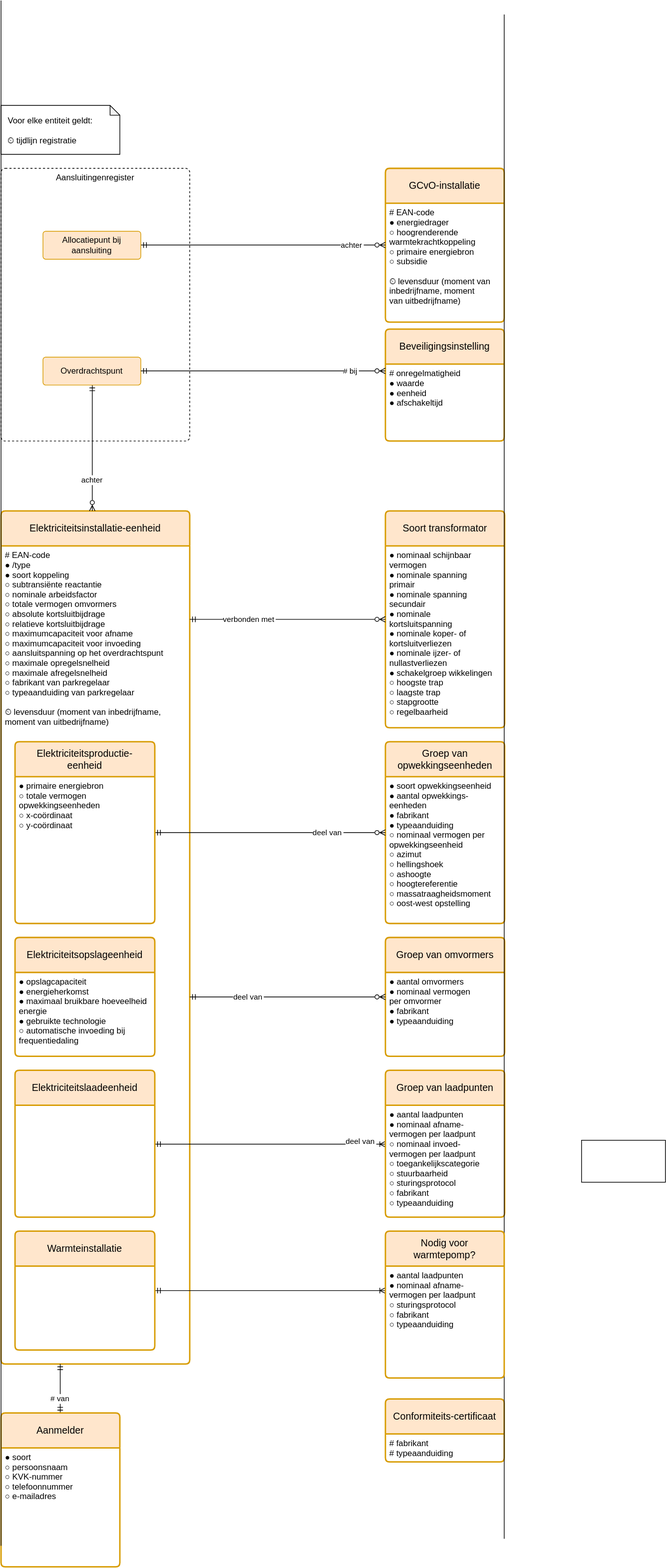
The draw.io diagram registers/installatieregister/1.1/installatieregister.drawio.svg in Netbeheer-Nederland/stelsel, before a commit. Source tidied: cells renumbered, new cells last; positions are measured from the earlier drawing's top-left corner, leaving out a move shared by most shapes.
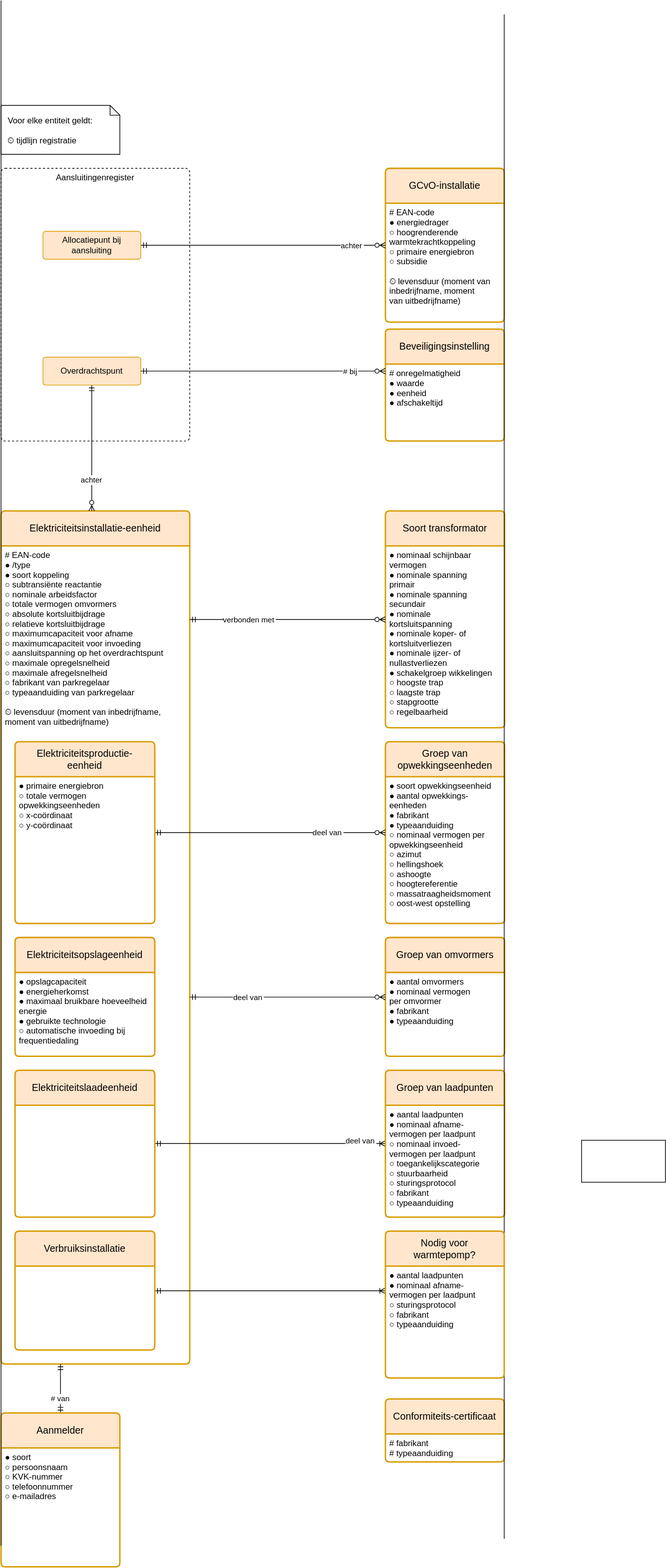
After the change.

What changed in the source:
```diff
@@ -139,7 +139,7 @@
     <mxCell id="44" style="edgeStyle=elbowEdgeStyle;html=1;elbow=vertical;endArrow=ERoneToMany;endFill=0;startArrow=ERmandOne;startFill=0;" parent="1" edge="1" source="45" target="48">
       <mxGeometry relative="1" as="geometry" />
     </mxCell>
-    <mxCell id="45" value="Warmteinstallatie" style="swimlane;horizontal=1;startSize=50;rounded=1;fontSize=14;fontStyle=0;strokeWidth=2;shadow=0;dashed=0;align=center;fillColor=#ffe6cc;strokeColor=#d79b00;arcSize=4;whiteSpace=wrap;spacing=10;" parent="1" vertex="1">
+    <mxCell id="45" value="Verbruiksinstallatie" style="swimlane;horizontal=1;startSize=50;rounded=1;fontSize=14;fontStyle=0;strokeWidth=2;shadow=0;dashed=0;align=center;fillColor=#ffe6cc;strokeColor=#d79b00;arcSize=4;whiteSpace=wrap;spacing=10;" parent="1" vertex="1">
       <mxGeometry x="20" y="1760" width="200" height="170" as="geometry" />
     </mxCell>
     <mxCell id="46" value=" " style="align=left;strokeColor=none;fillColor=none;spacingLeft=4;fontSize=12;verticalAlign=top;fontStyle=0;" parent="45" vertex="1">
```
